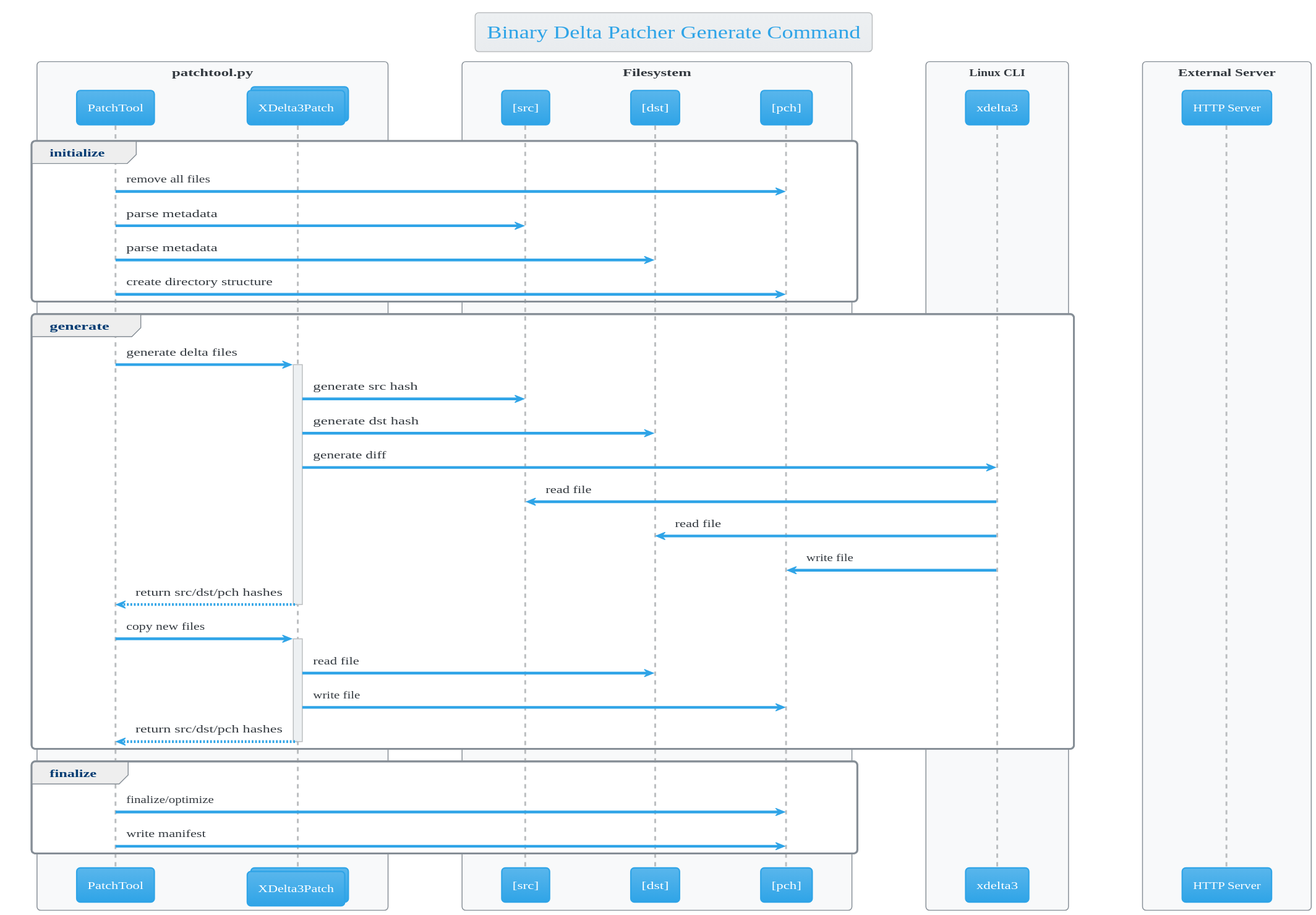
This is docs/generate-sequence.svg from SwitchCaseGroup/switchcase-deltapatcher, a PlantUML export, as it was before one commit.
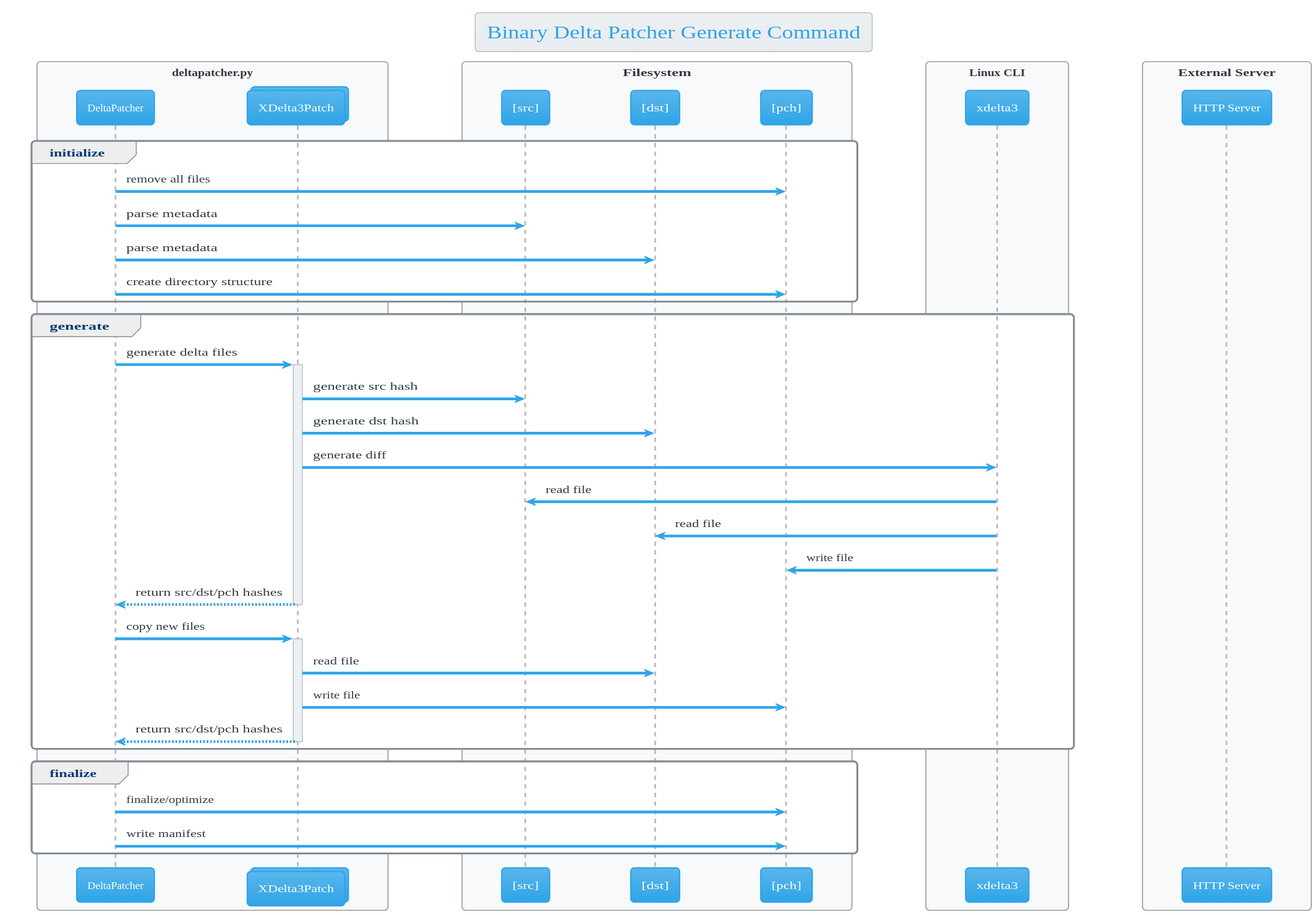
The same diagram one commit later.

The edit, as a diff of the source:
```diff
@@ -1,18 +1,18 @@
 @startuml generate-sequence
 
-!include patchtool.iuml
+!include deltapatcher.iuml
 
 title Binary Delta Patcher Generate Command
 
 group initialize
-    PatchTool -> pch : remove all files
-    PatchTool -> src : parse metadata
-    PatchTool -> dst : parse metadata
-    PatchTool -> pch : create directory structure
+    DeltaPatcher -> pch : remove all files
+    DeltaPatcher -> src : parse metadata
+    DeltaPatcher -> dst : parse metadata
+    DeltaPatcher -> pch : create directory structure
 end
 
 group generate
-    PatchTool -> XDelta3Patch : generate delta files
+    DeltaPatcher -> XDelta3Patch : generate delta files
     activate XDelta3Patch
     XDelta3Patch -> src : generate src hash
     XDelta3Patch -> dst : generate dst hash
@@ -21,7 +21,7 @@
     xdelta3 -> dst : read file
     xdelta3 -> pch : write file
     return return src/dst/pch hashes
-    PatchTool -> XDelta3Patch : copy new files
+    DeltaPatcher -> XDelta3Patch : copy new files
     activate XDelta3Patch
     XDelta3Patch -> dst : read file
     XDelta3Patch -> pch : write file
@@ -29,8 +29,8 @@
 end
 
 group finalize
-    PatchTool -> pch : finalize/optimize
-    PatchTool -> pch : write manifest
+    DeltaPatcher -> pch : finalize/optimize
+    DeltaPatcher -> pch : write manifest
 end
 
 @enduml
```
